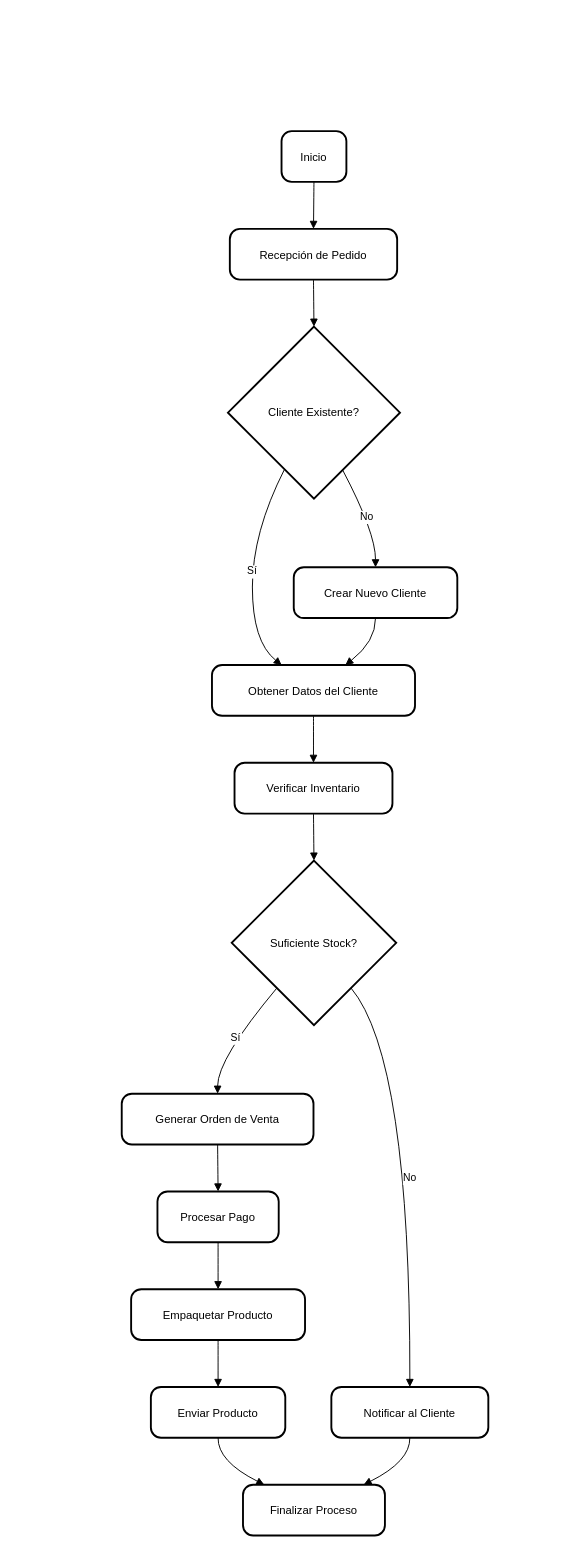
Earlier version of the draw.io diagram Diagrama De flujo de datos.drawio (Cas136/Instrumentos_Online). Source tidied: cells renumbered, new cells numbered last; positions are measured from the earlier drawing's top-left corner, leaving out a move shared by most shapes. Both pictures are drawn from the tidied source at 94%, with x=0, y=0 at pixel (121, 131).
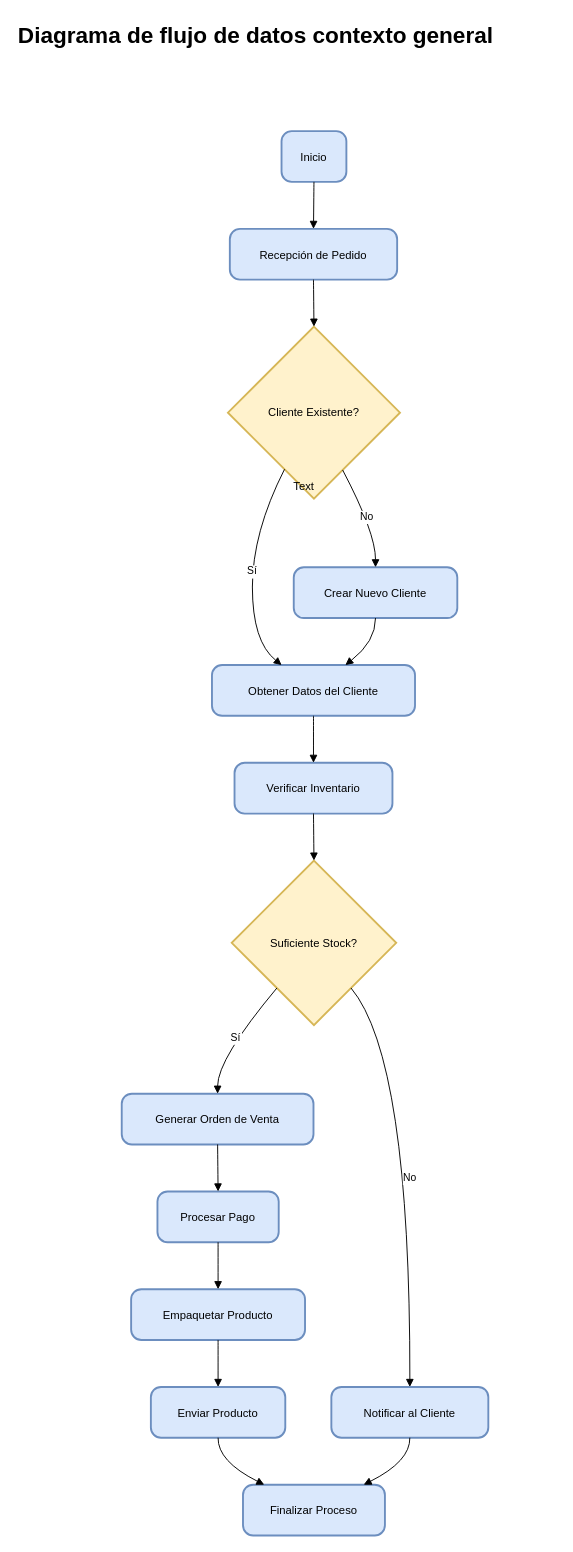
The same diagram, later.

Diff of the diagram source:
```diff
@@
-    <mxCell id="2" value="Inicio" style="rounded=1;arcSize=20;strokeWidth=2;" parent="1" vertex="1">
+    <mxCell id="2" value="Inicio" style="rounded=1;arcSize=20;strokeWidth=2;fillColor=#dae8fc;strokeColor=#6c8ebf;" parent="1" vertex="1">
       <mxGeometry x="170" width="69" height="54" as="geometry" />
     </mxCell>
-    <mxCell id="3" value="Recepción de Pedido" style="rounded=1;arcSize=20;strokeWidth=2;" parent="1" vertex="1">
+    <mxCell id="3" value="Recepción de Pedido" style="rounded=1;arcSize=20;strokeWidth=2;fillColor=#dae8fc;strokeColor=#6c8ebf;" parent="1" vertex="1">
       <mxGeometry x="115" y="104" width="178" height="54" as="geometry" />
     </mxCell>
-    <mxCell id="4" value="Cliente Existente?" style="rhombus;strokeWidth=2;whiteSpace=wrap;" parent="1" vertex="1">
+    <mxCell id="4" value="Cliente Existente?" style="rhombus;strokeWidth=2;whiteSpace=wrap;fillColor=#fff2cc;strokeColor=#d6b656;" parent="1" vertex="1">
       <mxGeometry x="113" y="208" width="183" height="183" as="geometry" />
     </mxCell>
-    <mxCell id="5" value="Crear Nuevo Cliente" style="rounded=1;arcSize=20;strokeWidth=2;" parent="1" vertex="1">
+    <mxCell id="5" value="Crear Nuevo Cliente" style="rounded=1;arcSize=20;strokeWidth=2;fillColor=#dae8fc;strokeColor=#6c8ebf;" parent="1" vertex="1">
       <mxGeometry x="183" y="464" width="174" height="54" as="geometry" />
     </mxCell>
-    <mxCell id="6" value="Obtener Datos del Cliente" style="rounded=1;arcSize=20;strokeWidth=2;" parent="1" vertex="1">
+    <mxCell id="6" value="Obtener Datos del Cliente" style="rounded=1;arcSize=20;strokeWidth=2;fillColor=#dae8fc;strokeColor=#6c8ebf;" parent="1" vertex="1">
       <mxGeometry x="96" y="568" width="216" height="54" as="geometry" />
     </mxCell>
-    <mxCell id="7" value="Verificar Inventario" style="rounded=1;arcSize=20;strokeWidth=2;" parent="1" vertex="1">
+    <mxCell id="7" value="Verificar Inventario" style="rounded=1;arcSize=20;strokeWidth=2;fillColor=#dae8fc;strokeColor=#6c8ebf;" parent="1" vertex="1">
       <mxGeometry x="120" y="672" width="168" height="54" as="geometry" />
     </mxCell>
-    <mxCell id="8" value="Suficiente Stock?" style="rhombus;strokeWidth=2;whiteSpace=wrap;" parent="1" vertex="1">
+    <mxCell id="8" value="Suficiente Stock?" style="rhombus;strokeWidth=2;whiteSpace=wrap;fillColor=#fff2cc;strokeColor=#d6b656;" parent="1" vertex="1">
       <mxGeometry x="117" y="776" width="175" height="175" as="geometry" />
     </mxCell>
-    <mxCell id="9" value="Generar Orden de Venta" style="rounded=1;arcSize=20;strokeWidth=2;" parent="1" vertex="1">
+    <mxCell id="9" value="Generar Orden de Venta" style="rounded=1;arcSize=20;strokeWidth=2;fillColor=#dae8fc;strokeColor=#6c8ebf;" parent="1" vertex="1">
       <mxGeometry y="1024" width="204" height="54" as="geometry" />
     </mxCell>
-    <mxCell id="10" value="Notificar al Cliente" style="rounded=1;arcSize=20;strokeWidth=2;" parent="1" vertex="1">
+    <mxCell id="10" value="Notificar al Cliente" style="rounded=1;arcSize=20;strokeWidth=2;fillColor=#dae8fc;strokeColor=#6c8ebf;" parent="1" vertex="1">
       <mxGeometry x="223" y="1336" width="167" height="54" as="geometry" />
     </mxCell>
-    <mxCell id="11" value="Procesar Pago" style="rounded=1;arcSize=20;strokeWidth=2;" parent="1" vertex="1">
+    <mxCell id="11" value="Procesar Pago" style="rounded=1;arcSize=20;strokeWidth=2;fillColor=#dae8fc;strokeColor=#6c8ebf;" parent="1" vertex="1">
       <mxGeometry x="38" y="1128" width="129" height="54" as="geometry" />
     </mxCell>
-    <mxCell id="12" value="Empaquetar Producto" style="rounded=1;arcSize=20;strokeWidth=2;" parent="1" vertex="1">
+    <mxCell id="12" value="Empaquetar Producto" style="rounded=1;arcSize=20;strokeWidth=2;fillColor=#dae8fc;strokeColor=#6c8ebf;" parent="1" vertex="1">
       <mxGeometry x="10" y="1232" width="185" height="54" as="geometry" />
     </mxCell>
-    <mxCell id="13" value="Enviar Producto" style="rounded=1;arcSize=20;strokeWidth=2;" parent="1" vertex="1">
+    <mxCell id="13" value="Enviar Producto" style="rounded=1;arcSize=20;strokeWidth=2;fillColor=#dae8fc;strokeColor=#6c8ebf;" parent="1" vertex="1">
       <mxGeometry x="31" y="1336" width="143" height="54" as="geometry" />
     </mxCell>
-    <mxCell id="14" value="Finalizar Proceso" style="rounded=1;arcSize=20;strokeWidth=2;" parent="1" vertex="1">
+    <mxCell id="14" value="Finalizar Proceso" style="rounded=1;arcSize=20;strokeWidth=2;fillColor=#dae8fc;strokeColor=#6c8ebf;" parent="1" vertex="1">
       <mxGeometry x="129" y="1440" width="151" height="54" as="geometry" />
     </mxCell>
@@
+    <mxCell id="29" value="Text" style="text;html=1;align=center;verticalAlign=middle;whiteSpace=wrap;rounded=0;" parent="1" vertex="1">
+      <mxGeometry x="164" y="363" width="60" height="30" as="geometry" />
+    </mxCell>
+    <mxCell id="30" value="&lt;h1 style=&quot;margin-top: 0px;&quot;&gt;Diagrama de flujo de datos contexto general&lt;/h1&gt;" style="text;html=1;whiteSpace=wrap;overflow=hidden;rounded=0;" parent="1" vertex="1">
+      <mxGeometry x="-112" y="-122" width="576" height="96" as="geometry" />
+    </mxCell>
```
